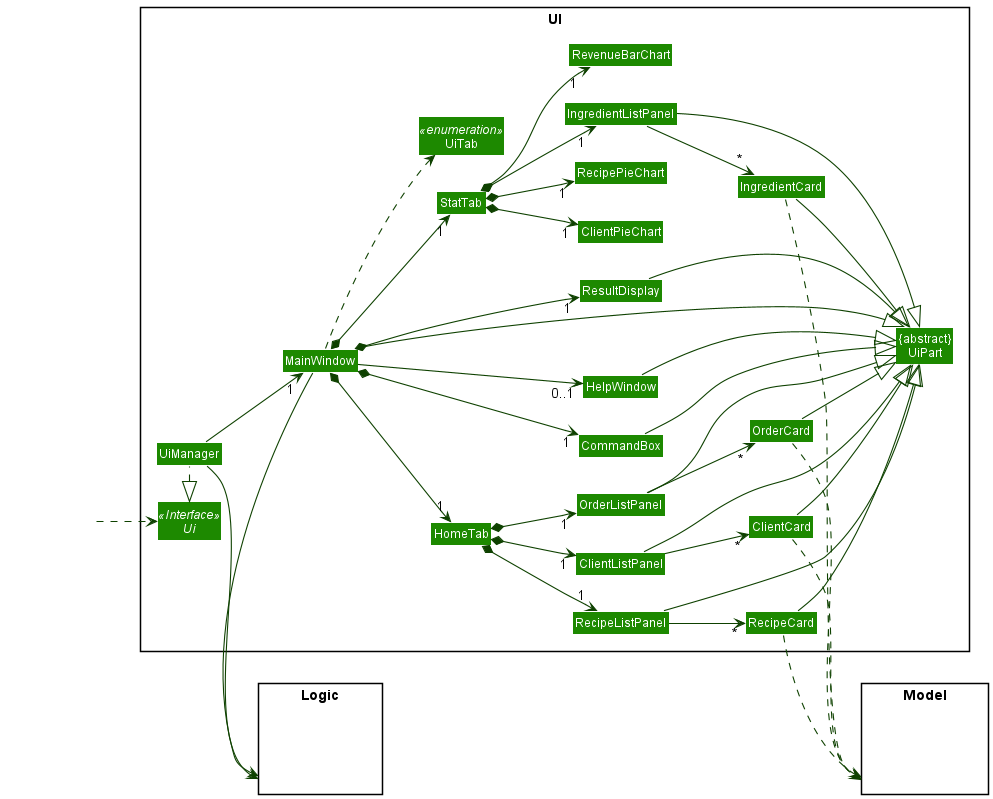
Earlier version of the PlantUML export docs/images/UiClassDiagram.png (zognin/tp).
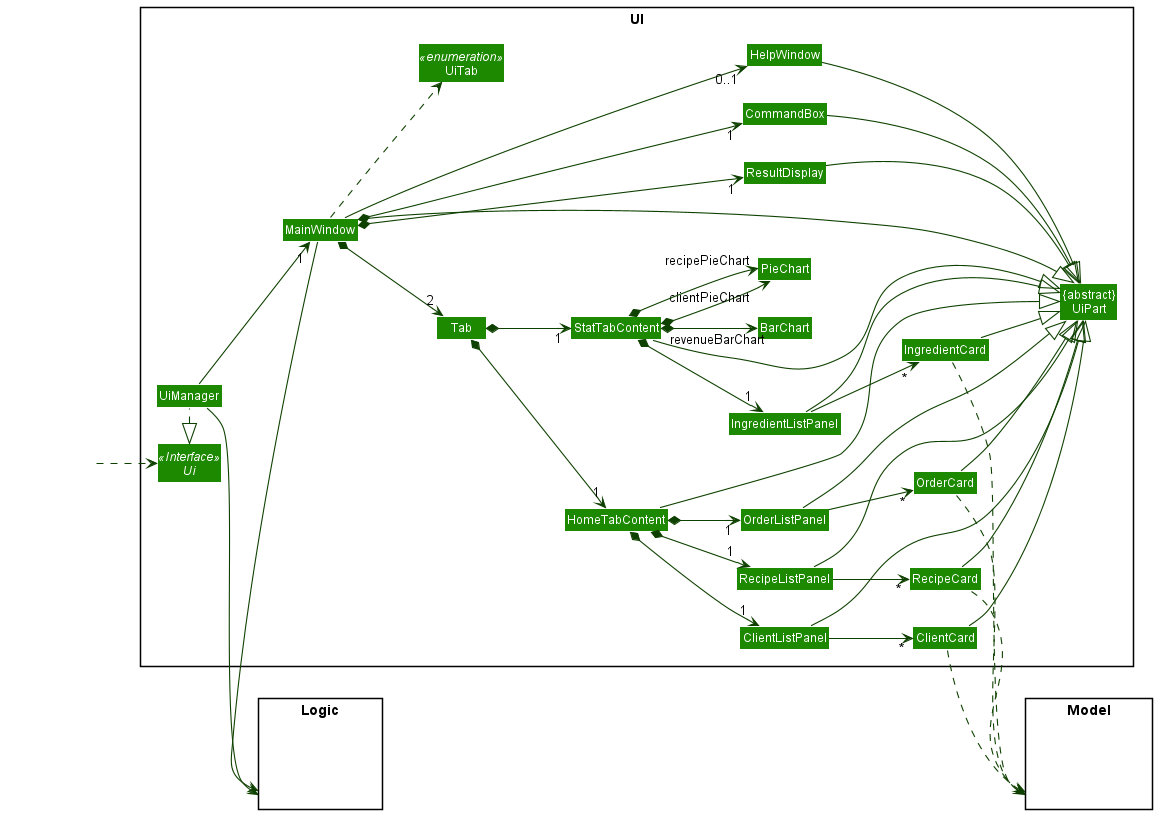
The same file after the commit.

Commit message:
Fix Ui component diagram

Diff of the diagram source:
```diff
@@ -21,12 +21,12 @@
 Class OrderCard
 Class RecipeListPanel
 Class RecipeCard
-Class RevenueBarChart
-Class ClientPieChart
-Class RecipePieChart
+Class BarChart
+Class PieChart
 Class CommandBox
-Class HomeTab
-Class StatTab
+Class Tab
+Class HomeTabContent
+Class StatTabContent
 Class UiTab <<enumeration>>
 }
 
@@ -45,20 +45,21 @@
 UiManager -down-> "1" MainWindow
 MainWindow *-down->  "1" CommandBox
 MainWindow *-down-> "1" ResultDisplay
-MainWindow *-down-> "1" HomeTab
-MainWindow *-down-> "1" StatTab
+MainWindow *-down-> "2" Tab
 MainWindow --> "0..1" HelpWindow
 MainWindow ..> UiTab
 
+Tab *-down-> "1" HomeTabContent
+Tab *-down-> "1" StatTabContent
 
-HomeTab *-down-> "1" ClientListPanel
-HomeTab *-down-> "1" OrderListPanel
-HomeTab *-down-> "1" RecipeListPanel
+HomeTabContent *-down-> "1" ClientListPanel
+HomeTabContent *-down-> "1" OrderListPanel
+HomeTabContent *-down-> "1" RecipeListPanel
 
-StatTab *-down-> "1" IngredientListPanel
-StatTab *-down-> "1" RevenueBarChart
-StatTab *-down-> "1" ClientPieChart
-StatTab *-down-> "1" RecipePieChart
+StatTabContent *-down-> "1" IngredientListPanel
+StatTabContent *-down-> "revenueBarChart" BarChart
+StatTabContent *-down-> "clientPieChart" PieChart
+StatTabContent *-down-> "recipePieChart" PieChart
 
 ClientListPanel -down-> "*" ClientCard
 IngredientListPanel -down-> "*" IngredientCard
@@ -78,6 +79,8 @@
 RecipeListPanel --|> UiPart
 RecipeCard --|> UiPart
 HelpWindow --|> UiPart
+HomeTabContent --|> UiPart
+StatTabContent --|> UiPart
 
 ClientCard ..> Model
 IngredientCard ..> Model
```
